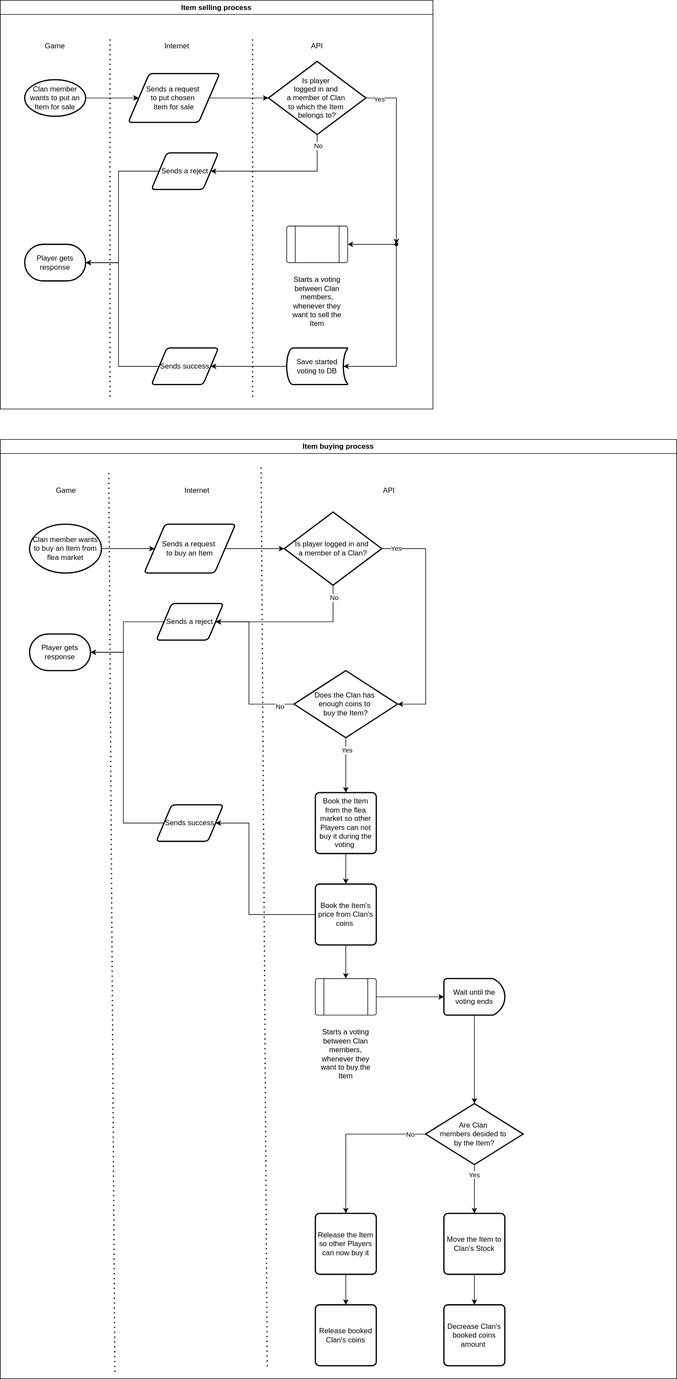
This is doc/img/flea_market/flea_market_items.svg from Alt-Org/Altzone-Server, a draw.io export, as it was before one commit. Source tidied: cells renumbered, new cells last; positions are measured from the earlier drawing's top-left corner, leaving out a move shared by most shapes.
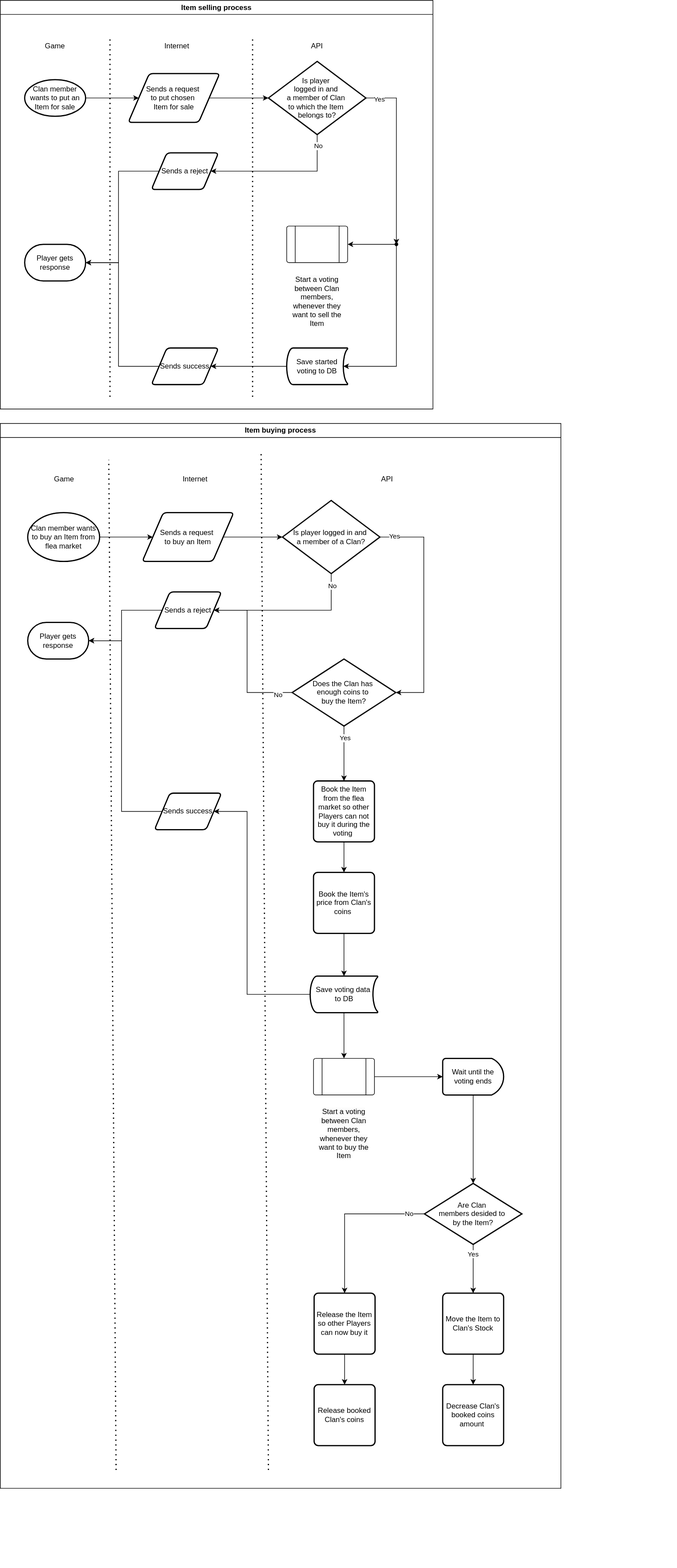
After the commit.

Commit message:
update flea market diagrams

What changed in the source:
```diff
@@ -63,7 +63,7 @@
     <mxCell id="20" value="API" style="text;html=1;align=center;verticalAlign=middle;whiteSpace=wrap;rounded=0;" parent="3" vertex="1">
       <mxGeometry x="490" y="60" width="60" height="30" as="geometry" />
     </mxCell>
-    <mxCell id="21" value="&lt;br&gt;&lt;span style=&quot;color: rgb(0, 0, 0); font-family: Helvetica; font-size: 12px; font-style: normal; font-variant-ligatures: normal; font-variant-caps: normal; font-weight: 400; letter-spacing: normal; orphans: 2; text-align: center; text-indent: 0px; text-transform: none; widows: 2; word-spacing: 0px; -webkit-text-stroke-width: 0px; white-space: normal; background-color: rgb(251, 251, 251); text-decoration-thickness: initial; text-decoration-style: initial; text-decoration-color: initial; display: inline !important; float: none;&quot;&gt;Starts a voting between Clan members, whenever they want to sell the Item&lt;/span&gt;&lt;div&gt;&lt;br/&gt;&lt;/div&gt;" style="verticalLabelPosition=bottom;verticalAlign=top;html=1;shape=process;whiteSpace=wrap;rounded=1;size=0.14;arcSize=6;" parent="3" vertex="1">
+    <mxCell id="21" value="&lt;br&gt;&lt;span style=&quot;color: rgb(0, 0, 0); font-family: Helvetica; font-size: 12px; font-style: normal; font-variant-ligatures: normal; font-variant-caps: normal; font-weight: 400; letter-spacing: normal; orphans: 2; text-align: center; text-indent: 0px; text-transform: none; widows: 2; word-spacing: 0px; -webkit-text-stroke-width: 0px; white-space: normal; background-color: rgb(251, 251, 251); text-decoration-thickness: initial; text-decoration-style: initial; text-decoration-color: initial; display: inline !important; float: none;&quot;&gt;Start a voting between Clan members, whenever they want to sell the Item&lt;/span&gt;" style="verticalLabelPosition=bottom;verticalAlign=top;html=1;shape=process;whiteSpace=wrap;rounded=1;size=0.14;arcSize=6;" parent="3" vertex="1">
       <mxGeometry x="470" y="370" width="100" height="60" as="geometry" />
     </mxCell>
     <mxCell id="22" style="edgeStyle=orthogonalEdgeStyle;rounded=0;jettySize=auto;html=1;entryX=1;entryY=0.5;entryDx=0;entryDy=0;" parent="3" edge="1" source="23" target="21">
@@ -98,24 +98,36 @@
       </mxGeometry>
     </mxCell>
     <mxCell id="29" style="group;" parent="1" vertex="1">
-      <mxGeometry y="840" width="1110" height="1420" as="geometry" />
+      <mxGeometry y="840" width="1110" height="1730" as="geometry" />
     </mxCell>
     <mxCell id="30" value="Item buying process" style="swimlane;whiteSpace=wrap;html=1;" parent="29" vertex="1">
-      <mxGeometry y="-120" width="1110" height="1540" as="geometry" />
+      <mxGeometry y="-146.2" width="920" height="1746.2" as="geometry" />
     </mxCell>
+    <mxCell id="73" style="endArrow=none;dashed=1;html=1;dashPattern=1 3;strokeWidth=2;rounded=0;" parent="30" edge="1">
+      <mxGeometry relative="1" as="geometry">
+        <mxPoint x="190" y="1716.2" as="sourcePoint" />
+        <mxPoint x="178" y="59.7" as="targetPoint" />
+      </mxGeometry>
+    </mxCell>
+    <mxCell id="74" style="endArrow=none;dashed=1;html=1;dashPattern=1 3;strokeWidth=2;rounded=0;" parent="30" edge="1">
+      <mxGeometry relative="1" as="geometry">
+        <mxPoint x="440" y="1716.2" as="sourcePoint" />
+        <mxPoint x="428" y="48.7" as="targetPoint" />
+      </mxGeometry>
+    </mxCell>
     <mxCell id="31" style="edgeStyle=orthogonalEdgeStyle;rounded=0;jettySize=auto;html=1;exitX=1;exitY=0.5;exitDx=0;exitDy=0;exitPerimeter=0;entryX=0;entryY=0.5;entryDx=0;entryDy=0;" parent="30" edge="1" source="32" target="33">
       <mxGeometry relative="1" as="geometry" />
     </mxCell>
     <mxCell id="32" value="Clan member wants to buy an Item from flea market" style="strokeWidth=2;html=1;shape=mxgraph.flowchart.start_1;whiteSpace=wrap;" parent="30" vertex="1">
-      <mxGeometry x="48" y="139" width="118" height="80" as="geometry" />
+      <mxGeometry x="45" y="146.2" width="118" height="80" as="geometry" />
     </mxCell>
     <mxCell id="33" value="Sends a request&amp;nbsp;&lt;div&gt;to buy an Item&lt;/div&gt;" style="shape=parallelogram;html=1;strokeWidth=2;perimeter=parallelogramPerimeter;whiteSpace=wrap;rounded=1;arcSize=12;size=0.23;" parent="30" vertex="1">
-      <mxGeometry x="236" y="139" width="150" height="80" as="geometry" />
+      <mxGeometry x="233" y="146.2" width="150" height="80" as="geometry" />
     </mxCell>
     <mxCell id="34" style="edgeStyle=orthogonalEdgeStyle;rounded=0;jettySize=auto;html=1;exitX=0.5;exitY=1;exitDx=0;exitDy=0;exitPerimeter=0;entryX=1;entryY=0.5;entryDx=0;entryDy=0;" parent="30" edge="1" source="36" target="37">
       <mxGeometry relative="1" as="geometry">
         <Array as="points">
-          <mxPoint x="546" y="299" />
+          <mxPoint x="543" y="306.2" />
         </Array>
       </mxGeometry>
     </mxCell>
@@ -123,40 +135,40 @@
       <mxGeometry x="-0.84" y="1" relative="1" as="geometry" />
     </mxCell>
     <mxCell id="36" value="Is player&amp;nbsp;&lt;span style=&quot;background-color: initial;&quot;&gt;logged in and&amp;nbsp;&lt;/span&gt;&lt;div&gt;a member&amp;nbsp;&lt;span style=&quot;background-color: initial;&quot;&gt;of a Clan&lt;/span&gt;&lt;span style=&quot;background-color: initial;&quot;&gt;?&lt;/span&gt;&lt;/div&gt;" style="strokeWidth=2;html=1;shape=mxgraph.flowchart.decision;whiteSpace=wrap;" parent="30" vertex="1">
-      <mxGeometry x="466" y="119" width="160" height="120" as="geometry" />
+      <mxGeometry x="463" y="126.2" width="160" height="120" as="geometry" />
     </mxCell>
     <mxCell id="37" value="Sends a reject" style="shape=parallelogram;html=1;strokeWidth=2;perimeter=parallelogramPerimeter;whiteSpace=wrap;rounded=1;arcSize=12;size=0.23;" parent="30" vertex="1">
-      <mxGeometry x="256" y="269" width="110" height="60" as="geometry" />
+      <mxGeometry x="253" y="276.2" width="110" height="60" as="geometry" />
     </mxCell>
     <mxCell id="38" style="edgeStyle=orthogonalEdgeStyle;rounded=0;jettySize=auto;html=1;exitX=0;exitY=0.5;exitDx=0;exitDy=0;entryX=1;entryY=0.5;entryDx=0;entryDy=0;entryPerimeter=0;" parent="30" edge="1" source="39" target="41">
       <mxGeometry relative="1" as="geometry" />
     </mxCell>
     <mxCell id="39" value="Sends success" style="shape=parallelogram;html=1;strokeWidth=2;perimeter=parallelogramPerimeter;whiteSpace=wrap;rounded=1;arcSize=12;size=0.23;" parent="30" vertex="1">
-      <mxGeometry x="256" y="599" width="110" height="60" as="geometry" />
+      <mxGeometry x="253" y="606.2" width="110" height="60" as="geometry" />
     </mxCell>
     <mxCell id="40" style="edgeStyle=orthogonalEdgeStyle;rounded=0;jettySize=auto;html=1;exitX=1;exitY=0.5;exitDx=0;exitDy=0;entryX=0;entryY=0.5;entryDx=0;entryDy=0;entryPerimeter=0;" parent="30" edge="1" source="33" target="36">
       <mxGeometry relative="1" as="geometry" />
     </mxCell>
     <mxCell id="41" value="Player gets response" style="strokeWidth=2;html=1;shape=mxgraph.flowchart.terminator;whiteSpace=wrap;" parent="30" vertex="1">
-      <mxGeometry x="48" y="319" width="100" height="60" as="geometry" />
+      <mxGeometry x="45" y="326.2" width="100" height="60" as="geometry" />
     </mxCell>
     <mxCell id="42" style="edgeStyle=orthogonalEdgeStyle;rounded=0;jettySize=auto;html=1;exitX=0;exitY=0.5;exitDx=0;exitDy=0;entryX=1;entryY=0.5;entryDx=0;entryDy=0;entryPerimeter=0;" parent="30" edge="1" source="37" target="41">
       <mxGeometry relative="1" as="geometry" />
     </mxCell>
     <mxCell id="43" value="Game" style="text;html=1;align=center;verticalAlign=middle;whiteSpace=wrap;rounded=0;" parent="30" vertex="1">
-      <mxGeometry x="78" y="69" width="60" height="30" as="geometry" />
+      <mxGeometry x="75" y="76.2" width="60" height="30" as="geometry" />
     </mxCell>
     <mxCell id="44" value="Internet" style="text;html=1;align=center;verticalAlign=middle;whiteSpace=wrap;rounded=0;" parent="30" vertex="1">
-      <mxGeometry x="293" y="69" width="60" height="30" as="geometry" />
+      <mxGeometry x="290" y="76.2" width="60" height="30" as="geometry" />
     </mxCell>
     <mxCell id="45" value="API" style="text;html=1;align=center;verticalAlign=middle;whiteSpace=wrap;rounded=0;" parent="30" vertex="1">
-      <mxGeometry x="608" y="69" width="60" height="30" as="geometry" />
+      <mxGeometry x="605" y="76.2" width="60" height="30" as="geometry" />
     </mxCell>
     <mxCell id="46" style="edgeStyle=orthogonalEdgeStyle;rounded=0;jettySize=auto;html=1;entryX=1;entryY=0.5;entryDx=0;entryDy=0;" parent="30" edge="1" source="50" target="37">
       <mxGeometry relative="1" as="geometry">
         <Array as="points">
-          <mxPoint x="408" y="434" />
-          <mxPoint x="408" y="299" />
+          <mxPoint x="405" y="441.2" />
+          <mxPoint x="405" y="306.2" />
         </Array>
       </mxGeometry>
     </mxCell>
@@ -170,47 +182,39 @@
       <mxGeometry x="-0.56" y="1" relative="1" as="geometry" />
     </mxCell>
     <mxCell id="50" value="Does the Clan has&amp;nbsp;&lt;div&gt;enough coins to&amp;nbsp;&lt;/div&gt;&lt;div&gt;buy the Item?&lt;/div&gt;" style="strokeWidth=2;html=1;shape=mxgraph.flowchart.decision;whiteSpace=wrap;" parent="30" vertex="1">
-      <mxGeometry x="482" y="379" width="170" height="110" as="geometry" />
+      <mxGeometry x="479" y="386.2" width="170" height="110" as="geometry" />
     </mxCell>
     <mxCell id="51" style="edgeStyle=orthogonalEdgeStyle;rounded=0;jettySize=auto;html=1;exitX=1;exitY=0.5;exitDx=0;exitDy=0;exitPerimeter=0;entryX=1;entryY=0.5;entryDx=0;entryDy=0;entryPerimeter=0;" parent="30" edge="1" source="36" target="50">
       <mxGeometry relative="1" as="geometry">
         <Array as="points">
-          <mxPoint x="698" y="179" />
-          <mxPoint x="698" y="434" />
+          <mxPoint x="695" y="186.2" />
+          <mxPoint x="695" y="441.2" />
         </Array>
       </mxGeometry>
     </mxCell>
     <mxCell id="52" value="Yes" style="edgeLabel;html=1;align=center;verticalAlign=middle;" parent="51" vertex="1">
       <mxGeometry x="-0.87" y="1" relative="1" as="geometry" />
     </mxCell>
-    <mxCell id="53" value="&lt;br&gt;&lt;span style=&quot;color: rgb(0, 0, 0); font-family: Helvetica; font-size: 12px; font-style: normal; font-variant-ligatures: normal; font-variant-caps: normal; font-weight: 400; letter-spacing: normal; orphans: 2; text-align: center; text-indent: 0px; text-transform: none; widows: 2; word-spacing: 0px; -webkit-text-stroke-width: 0px; white-space: normal; background-color: rgb(251, 251, 251); text-decoration-thickness: initial; text-decoration-style: initial; text-decoration-color: initial; display: inline !important; float: none;&quot;&gt;Starts a voting between Clan members, whenever they want to buy the Item&lt;/span&gt;&lt;div&gt;&lt;br/&gt;&lt;/div&gt;" style="verticalLabelPosition=bottom;verticalAlign=top;html=1;shape=process;whiteSpace=wrap;rounded=1;size=0.14;arcSize=6;" parent="30" vertex="1">
-      <mxGeometry x="517" y="884" width="100" height="60" as="geometry" />
+    <mxCell id="53" value="&lt;br&gt;&lt;span style=&quot;color: rgb(0, 0, 0); font-family: Helvetica; font-size: 12px; font-style: normal; font-variant-ligatures: normal; font-variant-caps: normal; font-weight: 400; letter-spacing: normal; orphans: 2; text-align: center; text-indent: 0px; text-transform: none; widows: 2; word-spacing: 0px; -webkit-text-stroke-width: 0px; white-space: normal; background-color: rgb(251, 251, 251); text-decoration-thickness: initial; text-decoration-style: initial; text-decoration-color: initial; display: inline !important; float: none;&quot;&gt;Start a voting between Clan members, whenever they want to buy the Item&lt;/span&gt;&lt;div&gt;&lt;br&gt;&lt;/div&gt;" style="verticalLabelPosition=bottom;verticalAlign=top;html=1;shape=process;whiteSpace=wrap;rounded=1;size=0.14;arcSize=6;" parent="30" vertex="1">
+      <mxGeometry x="514" y="1041.2" width="100" height="60" as="geometry" />
     </mxCell>
     <mxCell id="54" style="edgeStyle=orthogonalEdgeStyle;rounded=0;jettySize=auto;html=1;exitX=0.5;exitY=1;exitDx=0;exitDy=0;entryX=0.5;entryY=0;entryDx=0;entryDy=0;" parent="30" edge="1" source="55" target="58">
       <mxGeometry relative="1" as="geometry" />
     </mxCell>
     <mxCell id="55" value="Book the Item from the flea market so other Players can not buy it during the voting&amp;nbsp;" style="rounded=1;whiteSpace=wrap;html=1;absoluteArcSize=1;arcSize=14;strokeWidth=2;" parent="30" vertex="1">
-      <mxGeometry x="517" y="579" width="100" height="100" as="geometry" />
+      <mxGeometry x="514" y="586.2" width="100" height="100" as="geometry" />
     </mxCell>
-    <mxCell id="56" style="edgeStyle=orthogonalEdgeStyle;rounded=0;jettySize=auto;html=1;exitX=0.5;exitY=1;exitDx=0;exitDy=0;entryX=0.5;entryY=0;entryDx=0;entryDy=0;" parent="30" edge="1" source="58" target="53">
-      <mxGeometry relative="1" as="geometry" />
-    </mxCell>
-    <mxCell id="57" style="edgeStyle=orthogonalEdgeStyle;rounded=0;jettySize=auto;html=1;exitX=0;exitY=0.5;exitDx=0;exitDy=0;entryX=1;entryY=0.5;entryDx=0;entryDy=0;" parent="30" edge="1" source="58" target="39">
-      <mxGeometry relative="1" as="geometry">
-        <Array as="points">
-          <mxPoint x="408" y="779" />
-          <mxPoint x="408" y="629" />
-        </Array>
-      </mxGeometry>
-    </mxCell>
+    <mxCell id="75" style="edgeStyle=orthogonalEdgeStyle;rounded=0;jettySize=auto;html=1;" parent="30" edge="1" source="58" target="78">
+      <mxGeometry relative="1" as="geometry" />
+    </mxCell>
     <mxCell id="58" value="Book the Item's price from Clan's coins&amp;nbsp;" style="rounded=1;whiteSpace=wrap;html=1;absoluteArcSize=1;arcSize=14;strokeWidth=2;" parent="30" vertex="1">
-      <mxGeometry x="517" y="729" width="100" height="100" as="geometry" />
+      <mxGeometry x="514" y="736.2" width="100" height="100" as="geometry" />
     </mxCell>
     <mxCell id="59" style="edgeStyle=orthogonalEdgeStyle;rounded=0;jettySize=auto;html=1;exitX=0.5;exitY=1;exitDx=0;exitDy=0;exitPerimeter=0;" parent="30" edge="1" source="60" target="66">
       <mxGeometry relative="1" as="geometry" />
     </mxCell>
     <mxCell id="60" value="Wait until the voting ends" style="strokeWidth=2;html=1;shape=mxgraph.flowchart.delay;whiteSpace=wrap;" parent="30" vertex="1">
-      <mxGeometry x="728" y="884" width="100" height="60" as="geometry" />
+      <mxGeometry x="726" y="1041.2" width="100" height="60" as="geometry" />
     </mxCell>
     <mxCell id="61" style="edgeStyle=orthogonalEdgeStyle;rounded=0;jettySize=auto;html=1;exitX=1;exitY=0.5;exitDx=0;exitDy=0;entryX=0;entryY=0.5;entryDx=0;entryDy=0;entryPerimeter=0;" parent="30" edge="1" source="53" target="60">
       <mxGeometry relative="1" as="geometry" />
@@ -228,37 +232,39 @@
       <mxGeometry x="-0.6" y="-1" relative="1" as="geometry" />
     </mxCell>
     <mxCell id="66" value="Are Clan&amp;nbsp;&lt;div&gt;members desided to&amp;nbsp;&lt;/div&gt;&lt;div&gt;by the Item?&lt;/div&gt;" style="strokeWidth=2;html=1;shape=mxgraph.flowchart.decision;whiteSpace=wrap;" parent="30" vertex="1">
-      <mxGeometry x="698" y="1089" width="160" height="100" as="geometry" />
+      <mxGeometry x="696" y="1246.2" width="160" height="100" as="geometry" />
     </mxCell>
     <mxCell id="67" style="edgeStyle=orthogonalEdgeStyle;rounded=0;jettySize=auto;html=1;exitX=0.5;exitY=1;exitDx=0;exitDy=0;entryX=0.5;entryY=0;entryDx=0;entryDy=0;" parent="30" edge="1" source="68" target="69">
       <mxGeometry relative="1" as="geometry" />
     </mxCell>
     <mxCell id="68" value="Release the Item so other Players can now buy it" style="rounded=1;whiteSpace=wrap;html=1;absoluteArcSize=1;arcSize=14;strokeWidth=2;" parent="30" vertex="1">
-      <mxGeometry x="517" y="1269" width="100" height="100" as="geometry" />
+      <mxGeometry x="515" y="1426.2" width="100" height="100" as="geometry" />
     </mxCell>
     <mxCell id="69" value="Release booked Clan's coins" style="rounded=1;whiteSpace=wrap;html=1;absoluteArcSize=1;arcSize=14;strokeWidth=2;" parent="30" vertex="1">
-      <mxGeometry x="517" y="1419" width="100" height="100" as="geometry" />
+      <mxGeometry x="515" y="1576.2" width="100" height="100" as="geometry" />
     </mxCell>
     <mxCell id="70" style="edgeStyle=orthogonalEdgeStyle;rounded=0;jettySize=auto;html=1;exitX=0.5;exitY=1;exitDx=0;exitDy=0;entryX=0.5;entryY=0;entryDx=0;entryDy=0;" parent="30" edge="1" source="71" target="72">
       <mxGeometry relative="1" as="geometry" />
     </mxCell>
     <mxCell id="71" value="Move the Item to Clan's Stock" style="rounded=1;whiteSpace=wrap;html=1;absoluteArcSize=1;arcSize=14;strokeWidth=2;" parent="30" vertex="1">
-      <mxGeometry x="728" y="1269" width="100" height="100" as="geometry" />
+      <mxGeometry x="726" y="1426.2" width="100" height="100" as="geometry" />
     </mxCell>
     <mxCell id="72" value="Decrease Clan's booked coins amount&amp;nbsp;" style="rounded=1;whiteSpace=wrap;html=1;absoluteArcSize=1;arcSize=14;strokeWidth=2;" parent="30" vertex="1">
-      <mxGeometry x="728" y="1419" width="100" height="100" as="geometry" />
+      <mxGeometry x="726" y="1576.2" width="100" height="100" as="geometry" />
     </mxCell>
-    <mxCell id="73" style="endArrow=none;dashed=1;html=1;dashPattern=1 3;strokeWidth=2;rounded=0;" parent="30" edge="1">
-      <mxGeometry relative="1" as="geometry">
-        <mxPoint x="188" y="1529" as="sourcePoint" />
-        <mxPoint x="178" y="49" as="targetPoint" />
-      </mxGeometry>
-    </mxCell>
-    <mxCell id="74" style="endArrow=none;dashed=1;html=1;dashPattern=1 3;strokeWidth=2;rounded=0;" parent="30" edge="1">
-      <mxGeometry relative="1" as="geometry">
-        <mxPoint x="438" y="1520" as="sourcePoint" />
-        <mxPoint x="428" y="40" as="targetPoint" />
-      </mxGeometry>
-    </mxCell>
+    <mxCell id="76" style="edgeStyle=orthogonalEdgeStyle;rounded=0;jettySize=auto;html=1;entryX=1;entryY=0.5;entryDx=0;entryDy=0;" parent="30" edge="1" source="78" target="39">
+      <mxGeometry relative="1" as="geometry">
+        <Array as="points">
+          <mxPoint x="405" y="936.2" />
+          <mxPoint x="405" y="636.2" />
+        </Array>
+      </mxGeometry>
+    </mxCell>
+    <mxCell id="77" style="edgeStyle=orthogonalEdgeStyle;rounded=0;jettySize=auto;html=1;exitX=0.5;exitY=1;exitDx=0;exitDy=0;exitPerimeter=0;entryX=0.5;entryY=0;entryDx=0;entryDy=0;" parent="30" edge="1" source="78" target="53">
+      <mxGeometry relative="1" as="geometry" />
+    </mxCell>
+    <mxCell id="78" value="Save voting data&amp;nbsp;&lt;div&gt;to DB&lt;/div&gt;" style="strokeWidth=2;html=1;shape=mxgraph.flowchart.stored_data;whiteSpace=wrap;" parent="30" vertex="1">
+      <mxGeometry x="508.5" y="906.2" width="111" height="60" as="geometry" />
+    </mxCell>
   </root>
 </mxGraphModel>
```
